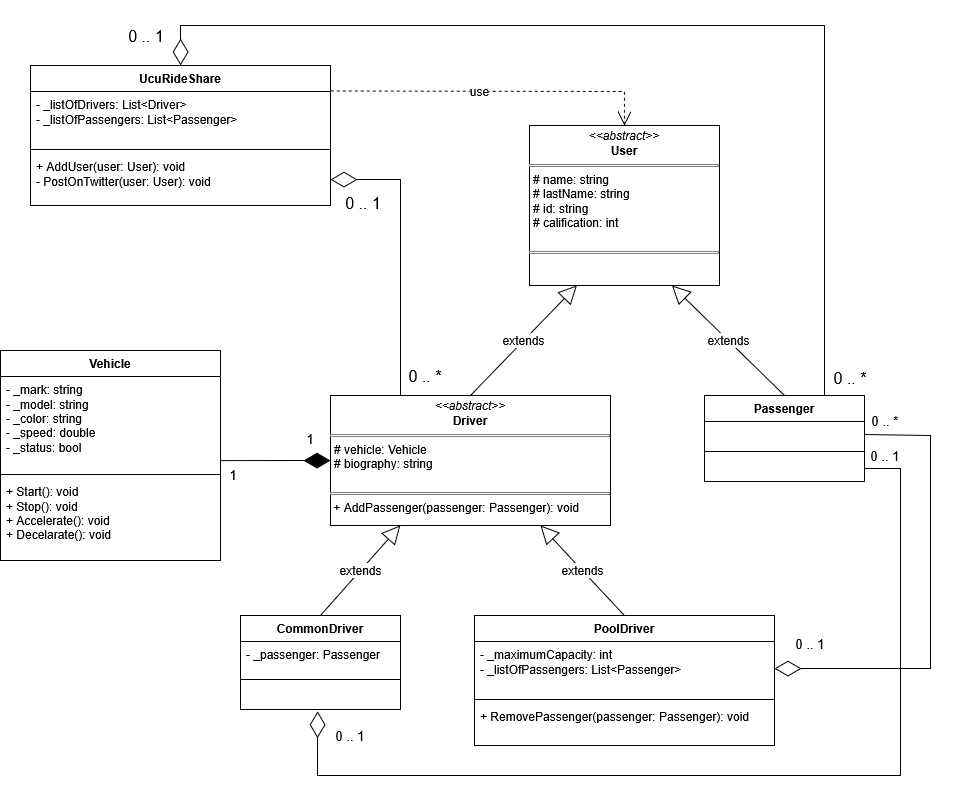
This is docs/UML_Class_Diagram.png from axelferreira100/PII_Herencia_Ejercicio_Start, a draw.io export, as it was before one commit. Source tidied: cells renumbered, new cells last; positions are measured from the earlier drawing's top-left corner, leaving out a move shared by most shapes.
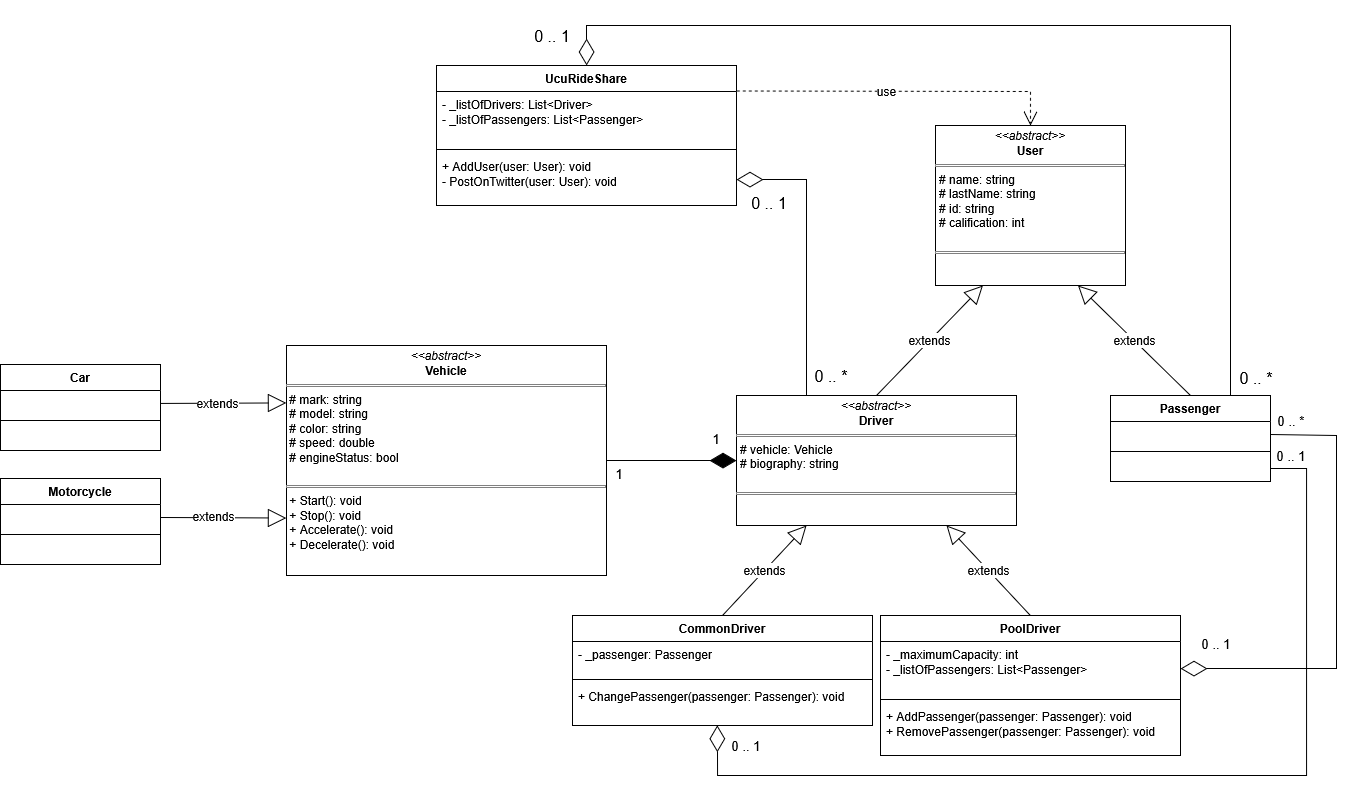
After the change.

Commit message:
Created CommonDriver class and third version of the UML Class Diagram.

Change to the diagram source:
```diff
@@ -14,44 +14,32 @@
     <mxCell id="5" value="&amp;nbsp;" style="text;strokeColor=none;fillColor=none;align=left;verticalAlign=top;spacingLeft=4;spacingRight=4;overflow=hidden;points=[[0,0.5],[1,0.5]];portConstraint=eastwest;whiteSpace=wrap;html=1;" parent="2" vertex="1">
       <mxGeometry y="60" width="160" height="26" as="geometry" />
     </mxCell>
-    <mxCell id="6" value="Vehicle" style="swimlane;fontStyle=1;align=center;verticalAlign=top;horizontal=1;startSize=26;whiteSpace=wrap;html=1;" parent="1" vertex="1">
-      <mxGeometry y="325" width="220" height="210" as="geometry" />
-    </mxCell>
-    <mxCell id="7" value="&lt;div&gt;- _mark: string&lt;/div&gt;&lt;div&gt;- _model: string&lt;/div&gt;&lt;div&gt;- _color: string&lt;/div&gt;&lt;div&gt;- _speed: double&lt;/div&gt;&lt;div&gt;- _status: bool&lt;/div&gt;" style="text;strokeColor=none;fillColor=none;align=left;verticalAlign=top;spacingLeft=4;spacingRight=4;overflow=hidden;points=[[0,0.5],[1,0.5]];portConstraint=eastwest;whiteSpace=wrap;html=1;" parent="6" vertex="1">
-      <mxGeometry y="26" width="220" height="94" as="geometry" />
-    </mxCell>
-    <mxCell id="8" style="line;strokeWidth=1;fillColor=none;align=left;verticalAlign=middle;spacingTop=-1;spacingLeft=3;spacingRight=3;labelPosition=right;strokeColor=inherit;" parent="6" vertex="1">
-      <mxGeometry y="120" width="220" height="8" as="geometry" />
-    </mxCell>
-    <mxCell id="9" value="&lt;div&gt;+ Start(): void&lt;/div&gt;&lt;div&gt;+ Stop(): void&lt;/div&gt;&lt;div&gt;+ Accelerate(): void&lt;/div&gt;&lt;div&gt;+ Decelarate(): void&lt;/div&gt;&lt;div&gt;&lt;br&gt;&lt;/div&gt;" style="text;strokeColor=none;fillColor=none;align=left;verticalAlign=top;spacingLeft=4;spacingRight=4;overflow=hidden;whiteSpace=wrap;html=1;" parent="6" vertex="1">
-      <mxGeometry y="128" width="220" height="82" as="geometry" />
-    </mxCell>
     <mxCell id="10" value="extends" style="endArrow=block;endSize=16;endFill=0;html=1;rounded=0;fontSize=12;curved=1;exitX=0.5;exitY=0;exitDx=0;exitDy=0;entryX=0.25;entryY=1;entryDx=0;entryDy=0;" parent="1" edge="1" source="12" target="11">
       <mxGeometry relative="1" as="geometry" />
     </mxCell>
     <mxCell id="11" value="&lt;p style=&quot;margin:0px;margin-top:4px;text-align:center;&quot;&gt;&lt;i&gt;&amp;lt;&amp;lt;abstract&amp;gt;&amp;gt;&lt;/i&gt;&lt;br&gt;&lt;b&gt;User&lt;/b&gt;&lt;/p&gt;&lt;hr size=&quot;1&quot; style=&quot;border-style:solid;&quot;&gt;&lt;p style=&quot;margin:0px;margin-left:4px;&quot;&gt;# name: string&lt;/p&gt;&lt;p style=&quot;margin:0px;margin-left:4px;&quot;&gt;# lastName: string&lt;/p&gt;&lt;p style=&quot;margin:0px;margin-left:4px;&quot;&gt;# id: string&lt;/p&gt;&lt;p style=&quot;margin:0px;margin-left:4px;&quot;&gt;# calification: int&lt;/p&gt;&lt;p style=&quot;margin:0px;margin-left:4px;&quot;&gt;&lt;br&gt;&lt;/p&gt;&lt;hr size=&quot;1&quot; style=&quot;border-style:solid;&quot;&gt;&lt;p style=&quot;margin:0px;margin-left:4px;&quot;&gt;&lt;br&gt;&lt;/p&gt;" style="verticalAlign=top;align=left;overflow=fill;html=1;whiteSpace=wrap;" parent="1" vertex="1">
       <mxGeometry x="529" y="100" width="190" height="160" as="geometry" />
     </mxCell>
-    <mxCell id="12" value="&lt;p style=&quot;margin:0px;margin-top:4px;text-align:center;&quot;&gt;&lt;i&gt;&amp;lt;&amp;lt;abstract&amp;gt;&amp;gt;&lt;/i&gt;&lt;br&gt;&lt;b&gt;Driver&lt;/b&gt;&lt;/p&gt;&lt;hr size=&quot;1&quot; style=&quot;border-style:solid;&quot;&gt;&lt;p style=&quot;margin:0px;margin-left:4px;&quot;&gt;# vehicle: Vehicle&lt;/p&gt;&lt;p style=&quot;margin:0px;margin-left:4px;&quot;&gt;# biography: string&lt;/p&gt;&lt;p style=&quot;margin:0px;margin-left:4px;&quot;&gt;&lt;br&gt;&lt;/p&gt;&lt;hr size=&quot;1&quot; style=&quot;border-style:solid;&quot;&gt;&lt;div&gt;&amp;nbsp;+ AddPassenger(passenger: Passenger): void&lt;/div&gt;&lt;p style=&quot;margin:0px;margin-left:4px;&quot;&gt;&lt;br&gt;&lt;/p&gt;" style="verticalAlign=top;align=left;overflow=fill;html=1;whiteSpace=wrap;" parent="1" vertex="1">
+    <mxCell id="12" value="&lt;p style=&quot;margin:0px;margin-top:4px;text-align:center;&quot;&gt;&lt;i&gt;&amp;lt;&amp;lt;abstract&amp;gt;&amp;gt;&lt;/i&gt;&lt;br&gt;&lt;b&gt;Driver&lt;/b&gt;&lt;/p&gt;&lt;hr size=&quot;1&quot; style=&quot;border-style:solid;&quot;&gt;&lt;p style=&quot;margin:0px;margin-left:4px;&quot;&gt;# vehicle: Vehicle&lt;/p&gt;&lt;p style=&quot;margin:0px;margin-left:4px;&quot;&gt;# biography: string&lt;/p&gt;&lt;p style=&quot;margin:0px;margin-left:4px;&quot;&gt;&lt;br&gt;&lt;/p&gt;&lt;hr size=&quot;1&quot; style=&quot;border-style:solid;&quot;&gt;&lt;div&gt;&lt;br&gt;&lt;/div&gt;&lt;p style=&quot;margin:0px;margin-left:4px;&quot;&gt;&lt;br&gt;&lt;/p&gt;" style="verticalAlign=top;align=left;overflow=fill;html=1;whiteSpace=wrap;" parent="1" vertex="1">
       <mxGeometry x="330" y="370" width="280" height="130" as="geometry" />
     </mxCell>
     <mxCell id="13" value="extends" style="endArrow=block;endSize=16;endFill=0;html=1;rounded=0;fontSize=12;curved=1;exitX=0.5;exitY=0;exitDx=0;exitDy=0;entryX=0.75;entryY=1;entryDx=0;entryDy=0;" parent="1" edge="1" source="2" target="11">
       <mxGeometry relative="1" as="geometry" />
     </mxCell>
     <mxCell id="14" value="CommonDriver" style="swimlane;fontStyle=1;align=center;verticalAlign=top;horizontal=1;startSize=26;whiteSpace=wrap;html=1;" parent="1" vertex="1">
-      <mxGeometry x="240" y="590" width="160" height="94" as="geometry" />
+      <mxGeometry x="166" y="590" width="300" height="110" as="geometry" />
     </mxCell>
     <mxCell id="15" value="- _passenger: Passenger" style="text;strokeColor=none;fillColor=none;align=left;verticalAlign=top;spacingLeft=4;spacingRight=4;overflow=hidden;whiteSpace=wrap;html=1;" parent="14" vertex="1">
-      <mxGeometry y="26" width="160" height="34" as="geometry" />
+      <mxGeometry y="26" width="300" height="34" as="geometry" />
     </mxCell>
     <mxCell id="16" style="line;strokeWidth=1;fillColor=none;align=left;verticalAlign=middle;spacingTop=-1;spacingLeft=3;spacingRight=3;labelPosition=right;strokeColor=inherit;" parent="14" vertex="1">
-      <mxGeometry y="60" width="160" height="8" as="geometry" />
+      <mxGeometry y="60" width="300" height="8" as="geometry" />
     </mxCell>
-    <mxCell id="17" value="&amp;nbsp;" style="text;strokeColor=none;fillColor=none;align=left;verticalAlign=top;spacingLeft=4;spacingRight=4;overflow=hidden;points=[[0,0.5],[1,0.5]];portConstraint=eastwest;whiteSpace=wrap;html=1;" parent="14" vertex="1">
-      <mxGeometry y="68" width="160" height="26" as="geometry" />
+    <mxCell id="17" value="&lt;div&gt;+ ChangePassenger(passenger: Passenger): void&lt;/div&gt;" style="text;strokeColor=none;fillColor=none;align=left;verticalAlign=top;spacingLeft=4;spacingRight=4;overflow=hidden;points=[[0,0.5],[1,0.5]];portConstraint=eastwest;whiteSpace=wrap;html=1;" parent="14" vertex="1">
+      <mxGeometry y="68" width="300" height="42" as="geometry" />
     </mxCell>
     <mxCell id="18" value="PoolDriver" style="swimlane;fontStyle=1;align=center;verticalAlign=top;horizontal=1;startSize=26;whiteSpace=wrap;html=1;" parent="1" vertex="1">
-      <mxGeometry x="474" y="590" width="300" height="130" as="geometry" />
+      <mxGeometry x="474" y="590" width="300" height="140" as="geometry" />
     </mxCell>
     <mxCell id="19" value="&lt;div&gt;- _maximumCapacity: int&lt;/div&gt;&lt;div&gt;- _listOfPassengers: List&amp;lt;Passenger&amp;gt;&lt;/div&gt;" style="text;strokeColor=none;fillColor=none;align=left;verticalAlign=top;spacingLeft=4;spacingRight=4;overflow=hidden;points=[[0,0.5],[1,0.5]];portConstraint=eastwest;whiteSpace=wrap;html=1;" parent="18" vertex="1">
       <mxGeometry y="26" width="300" height="54" as="geometry" />
@@ -59,8 +47,8 @@
     <mxCell id="20" style="line;strokeWidth=1;fillColor=none;align=left;verticalAlign=middle;spacingTop=-1;spacingLeft=3;spacingRight=3;labelPosition=right;strokeColor=inherit;" parent="18" vertex="1">
       <mxGeometry y="80" width="300" height="8" as="geometry" />
     </mxCell>
-    <mxCell id="21" value="&lt;div&gt;+ RemovePassenger(passenger: Passenger): void&amp;nbsp;&lt;/div&gt;" style="text;strokeColor=none;fillColor=none;align=left;verticalAlign=top;spacingLeft=4;spacingRight=4;overflow=hidden;whiteSpace=wrap;html=1;" parent="18" vertex="1">
-      <mxGeometry y="88" width="300" height="42" as="geometry" />
+    <mxCell id="21" value="&lt;div&gt;&lt;div&gt;+ AddPassenger(passenger: Passenger): void&lt;/div&gt;&lt;/div&gt;&lt;div&gt;+ RemovePassenger(passenger: Passenger): void&amp;nbsp;&lt;/div&gt;" style="text;strokeColor=none;fillColor=none;align=left;verticalAlign=top;spacingLeft=4;spacingRight=4;overflow=hidden;whiteSpace=wrap;html=1;" parent="18" vertex="1">
+      <mxGeometry y="88" width="300" height="52" as="geometry" />
     </mxCell>
     <mxCell id="22" value="UcuRideShare" style="swimlane;fontStyle=1;align=center;verticalAlign=top;horizontal=1;startSize=26;whiteSpace=wrap;html=1;" parent="1" vertex="1">
       <mxGeometry x="30" y="40" width="300" height="140" as="geometry" />
@@ -94,12 +82,12 @@
     <mxCell id="30" value="&lt;font style=&quot;font-size: 13px;&quot;&gt;0 .. 1&lt;/font&gt;" style="text;html=1;whiteSpace=wrap;strokeColor=none;fillColor=none;align=center;verticalAlign=middle;rounded=0;fontSize=16;" parent="1" vertex="1">
       <mxGeometry x="790" y="610" width="40" height="16" as="geometry" />
     </mxCell>
-    <mxCell id="31" style="endArrow=diamondThin;endFill=0;endSize=24;html=1;rounded=0;fontSize=12;curved=0;exitX=1;exitY=0.5;exitDx=0;exitDy=0;entryX=0.482;entryY=1.072;entryDx=0;entryDy=0;entryPerimeter=0;" parent="1" edge="1" source="5" target="17">
+    <mxCell id="31" style="endArrow=diamondThin;endFill=0;endSize=24;html=1;rounded=0;fontSize=12;curved=0;exitX=1;exitY=0.5;exitDx=0;exitDy=0;entryX=0.483;entryY=0.997;entryDx=0;entryDy=0;entryPerimeter=0;" parent="1" edge="1" source="5" target="17">
       <mxGeometry relative="1" as="geometry">
         <Array as="points">
           <mxPoint x="900" y="443" />
           <mxPoint x="900" y="750" />
-          <mxPoint x="317" y="750" />
+          <mxPoint x="311" y="750" />
         </Array>
       </mxGeometry>
     </mxCell>
@@ -107,16 +95,16 @@
       <mxGeometry x="865" y="420" width="40" height="20" as="geometry" />
     </mxCell>
     <mxCell id="33" value="&lt;font style=&quot;font-size: 13px;&quot;&gt;0 .. 1&lt;/font&gt;" style="text;html=1;whiteSpace=wrap;strokeColor=none;fillColor=none;align=center;verticalAlign=middle;rounded=0;fontSize=16;" parent="1" vertex="1">
-      <mxGeometry x="330" y="700" width="40" height="20" as="geometry" />
+      <mxGeometry x="320" y="710" width="40" height="20" as="geometry" />
     </mxCell>
-    <mxCell id="34" style="endArrow=diamondThin;endFill=1;endSize=24;html=1;rounded=0;fontSize=12;curved=1;exitX=0.999;exitY=0.895;exitDx=0;exitDy=0;exitPerimeter=0;entryX=0;entryY=0.5;entryDx=0;entryDy=0;" parent="1" edge="1" source="7" target="12">
+    <mxCell id="34" style="endArrow=diamondThin;endFill=1;endSize=24;html=1;rounded=0;fontSize=12;curved=1;exitX=1;exitY=0.5;exitDx=0;exitDy=0;entryX=0;entryY=0.5;entryDx=0;entryDy=0;" parent="1" edge="1" source="44" target="12">
       <mxGeometry relative="1" as="geometry" />
     </mxCell>
     <mxCell id="35" value="&lt;font style=&quot;font-size: 13px;&quot;&gt;1&lt;/font&gt;" style="text;html=1;whiteSpace=wrap;strokeColor=none;fillColor=none;align=center;verticalAlign=middle;rounded=0;fontSize=16;" parent="1" vertex="1">
       <mxGeometry x="300" y="404" width="20" height="18" as="geometry" />
     </mxCell>
     <mxCell id="36" value="&lt;font style=&quot;font-size: 13px;&quot;&gt;1&lt;/font&gt;" style="text;html=1;whiteSpace=wrap;strokeColor=none;fillColor=none;align=center;verticalAlign=middle;rounded=0;fontSize=16;" parent="1" vertex="1">
-      <mxGeometry x="223" y="441" width="20" height="15" as="geometry" />
+      <mxGeometry x="203" y="440" width="20" height="15" as="geometry" />
     </mxCell>
     <mxCell id="37" style="endArrow=diamondThin;endFill=0;endSize=24;html=1;rounded=0;fontSize=12;curved=0;entryX=1;entryY=0.5;entryDx=0;entryDy=0;startArrow=none;startFill=0;exitX=0.25;exitY=0;exitDx=0;exitDy=0;" parent="1" edge="1" source="12" target="25">
       <mxGeometry relative="1" as="geometry">
@@ -152,5 +140,38 @@
     <mxCell id="43" value="0 .. *" style="text;html=1;whiteSpace=wrap;strokeColor=none;fillColor=none;align=center;verticalAlign=middle;rounded=0;fontSize=16;" parent="1" vertex="1">
       <mxGeometry x="830" y="344" width="40" height="18" as="geometry" />
     </mxCell>
+    <mxCell id="44" value="&lt;p style=&quot;margin:0px;margin-top:4px;text-align:center;&quot;&gt;&lt;i&gt;&amp;lt;&amp;lt;abstract&amp;gt;&amp;gt;&lt;/i&gt;&lt;br&gt;&lt;b&gt;Vehicle&lt;/b&gt;&lt;/p&gt;&lt;hr size=&quot;1&quot; style=&quot;border-style:solid;&quot;&gt;&lt;div&gt;&amp;nbsp;# mark: string&lt;/div&gt;&lt;div&gt;&amp;nbsp;# model: string&lt;/div&gt;&lt;div&gt;&amp;nbsp;# color: string&lt;/div&gt;&lt;div&gt;&amp;nbsp;# speed: double&lt;/div&gt;&lt;div&gt;&amp;nbsp;# engineStatus: bool&lt;/div&gt;&lt;p style=&quot;margin:0px;margin-left:4px;&quot;&gt;&lt;br&gt;&lt;/p&gt;&lt;hr size=&quot;1&quot; style=&quot;border-style:solid;&quot;&gt;&lt;div&gt;&lt;div&gt;&amp;nbsp;+ Start(): void&lt;/div&gt;&lt;div&gt;&amp;nbsp;+ Stop(): void&lt;/div&gt;&lt;div&gt;&amp;nbsp;+ Accelerate(): void&lt;/div&gt;&lt;div&gt;&amp;nbsp;+ Decelerate(): void&lt;/div&gt;&lt;div&gt;&lt;br&gt;&lt;br&gt;&lt;/div&gt;&lt;br&gt;&lt;/div&gt;&lt;p style=&quot;margin:0px;margin-left:4px;&quot;&gt;&lt;br&gt;&lt;/p&gt;" style="verticalAlign=top;align=left;overflow=fill;html=1;whiteSpace=wrap;" parent="1" vertex="1">
+      <mxGeometry x="-120" y="320" width="320" height="230" as="geometry" />
+    </mxCell>
+    <mxCell id="45" value="Car" style="swimlane;fontStyle=1;align=center;verticalAlign=top;horizontal=1;startSize=26;whiteSpace=wrap;html=1;" parent="1" vertex="1">
+      <mxGeometry x="-406" y="339" width="160" height="86" as="geometry" />
+    </mxCell>
+    <mxCell id="46" value="&amp;nbsp;" style="text;strokeColor=none;fillColor=none;align=left;verticalAlign=top;spacingLeft=4;spacingRight=4;overflow=hidden;points=[[0,0.5],[1,0.5]];portConstraint=eastwest;whiteSpace=wrap;html=1;" parent="45" vertex="1">
+      <mxGeometry y="26" width="160" height="26" as="geometry" />
+    </mxCell>
+    <mxCell id="47" style="line;strokeWidth=1;fillColor=none;align=left;verticalAlign=middle;spacingTop=-1;spacingLeft=3;spacingRight=3;labelPosition=right;strokeColor=inherit;" parent="45" vertex="1">
+      <mxGeometry y="52" width="160" height="8" as="geometry" />
+    </mxCell>
+    <mxCell id="48" value="&amp;nbsp;" style="text;strokeColor=none;fillColor=none;align=left;verticalAlign=top;spacingLeft=4;spacingRight=4;overflow=hidden;whiteSpace=wrap;html=1;" parent="45" vertex="1">
+      <mxGeometry y="60" width="160" height="26" as="geometry" />
+    </mxCell>
+    <mxCell id="49" value="extends" style="endArrow=block;endSize=16;endFill=0;html=1;rounded=0;fontSize=12;curved=1;exitX=1;exitY=0.5;exitDx=0;exitDy=0;entryX=0;entryY=0.25;entryDx=0;entryDy=0;" parent="1" edge="1" source="46" target="44">
+      <mxGeometry x="-0.11" relative="1" as="geometry" />
+    </mxCell>
+    <mxCell id="50" value="Motorcycle" style="swimlane;fontStyle=1;align=center;verticalAlign=top;horizontal=1;startSize=26;whiteSpace=wrap;html=1;" parent="1" vertex="1">
+      <mxGeometry x="-406" y="453" width="160" height="86" as="geometry" />
+    </mxCell>
+    <mxCell id="51" value="&amp;nbsp;" style="text;strokeColor=none;fillColor=none;align=left;verticalAlign=top;spacingLeft=4;spacingRight=4;overflow=hidden;points=[[0,0.5],[1,0.5]];portConstraint=eastwest;whiteSpace=wrap;html=1;" parent="50" vertex="1">
+      <mxGeometry y="26" width="160" height="26" as="geometry" />
+    </mxCell>
+    <mxCell id="52" style="line;strokeWidth=1;fillColor=none;align=left;verticalAlign=middle;spacingTop=-1;spacingLeft=3;spacingRight=3;labelPosition=right;strokeColor=inherit;" parent="50" vertex="1">
+      <mxGeometry y="52" width="160" height="8" as="geometry" />
+    </mxCell>
+    <mxCell id="53" value="&amp;nbsp;" style="text;strokeColor=none;fillColor=none;align=left;verticalAlign=top;spacingLeft=4;spacingRight=4;overflow=hidden;whiteSpace=wrap;html=1;" parent="50" vertex="1">
+      <mxGeometry y="60" width="160" height="26" as="geometry" />
+    </mxCell>
+    <mxCell id="54" value="extends" style="endArrow=block;endSize=16;endFill=0;html=1;rounded=0;fontSize=12;curved=1;exitX=1;exitY=0.5;exitDx=0;exitDy=0;entryX=0;entryY=0.75;entryDx=0;entryDy=0;" parent="1" edge="1" source="51" target="44">
+      <mxGeometry x="-0.15" y="1" relative="1" as="geometry" />
+    </mxCell>
   </root>
 </mxGraphModel>
```
